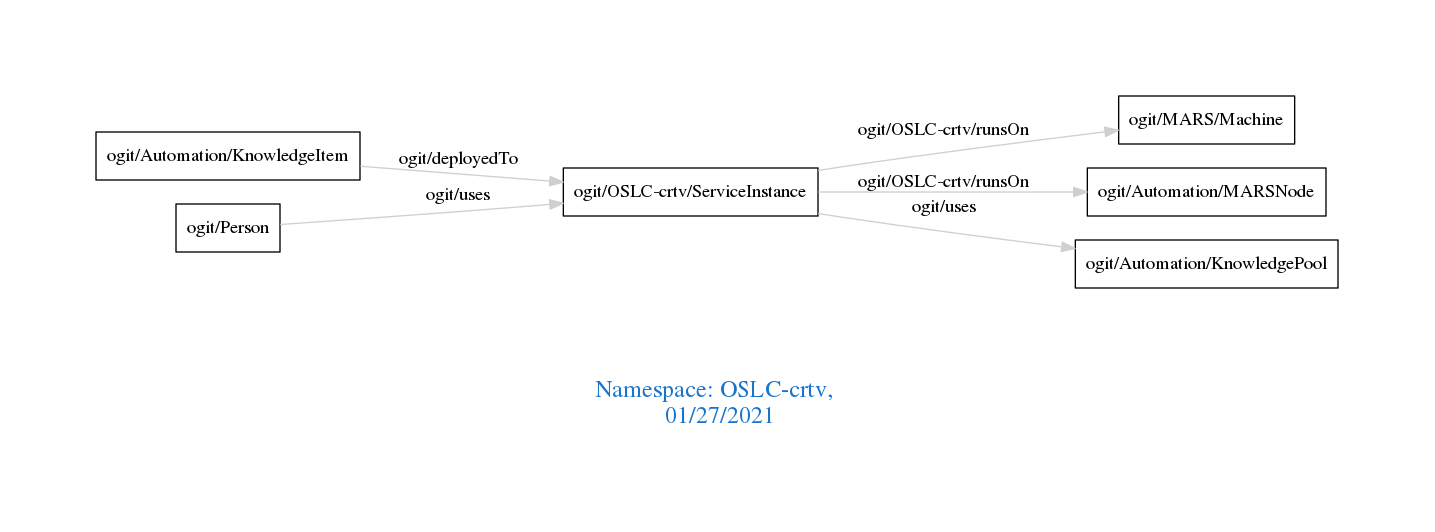
Earlier version of the Graphviz export downloads/OSLC-crtv.png (arago/OGIT). Its source is kept beside it as downloads/OSLC-crtv.dot.
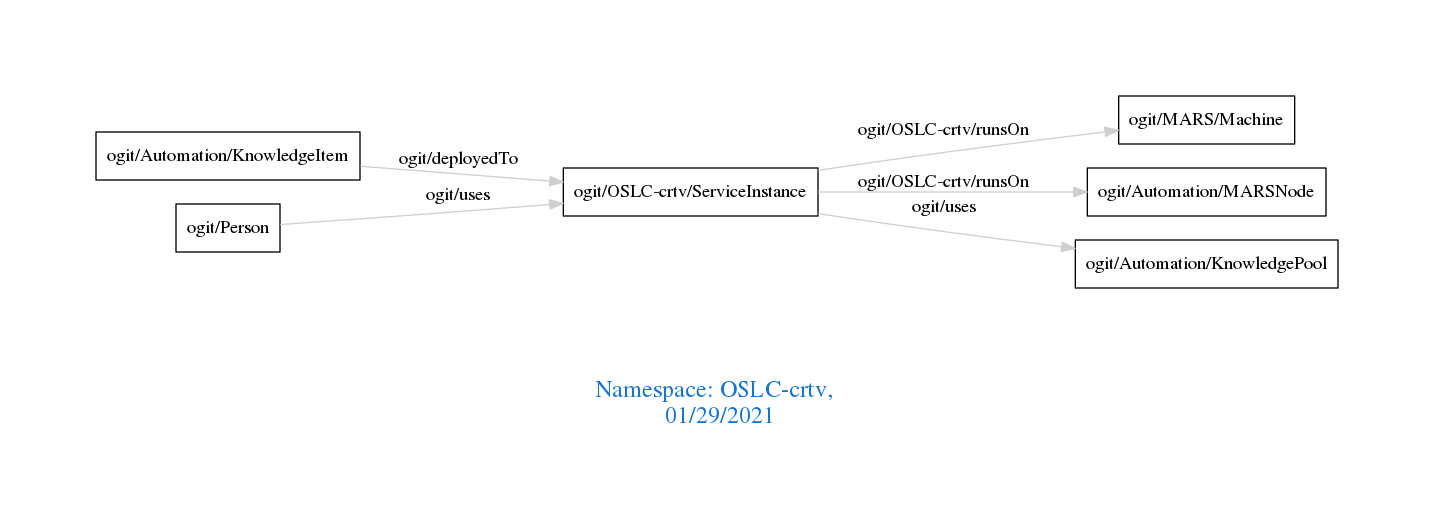
Later version of the same file.

Change to the diagram source:
```diff
@@ -1,7 +1,7 @@
 digraph OGIT_ontology {
  graph [ rankdir= LR,pad=1
 fontsize = 18,
-fontcolor= dodgerblue3,label = "\n\n\nNamespace: OSLC-crtv, \n 01/27/2021"];
+fontcolor= dodgerblue3,label = "\n\n\nNamespace: OSLC-crtv, \n 01/29/2021"];
 node[shape=polygon];
 edge [  color="gray81"];
 
```
